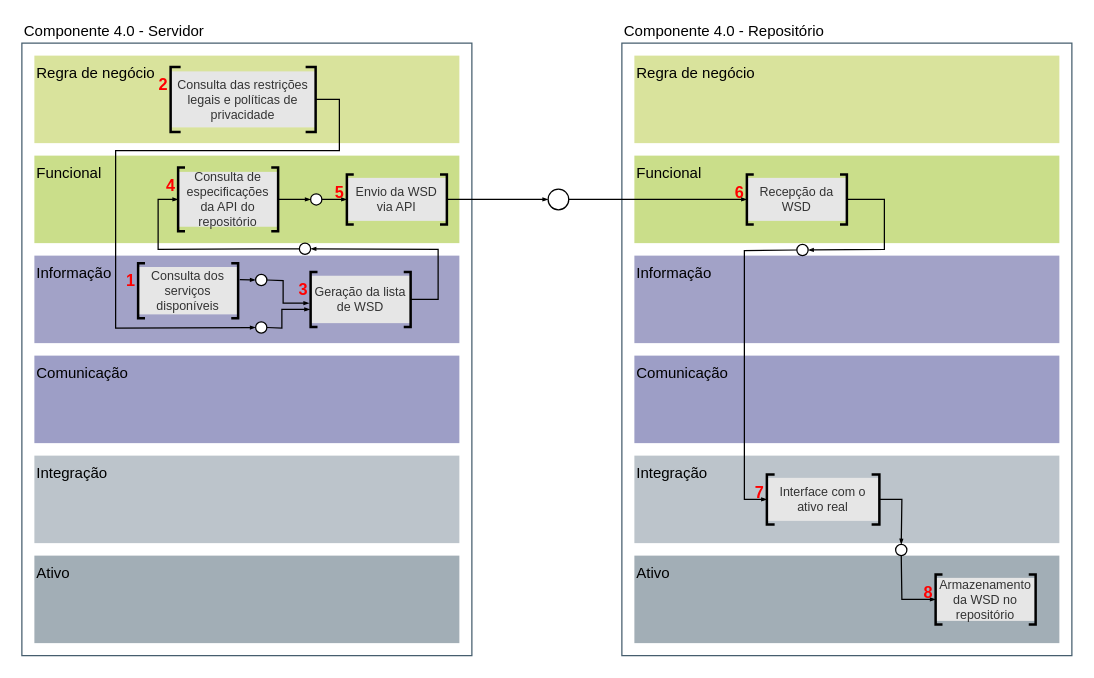
Earlier version of the draw.io diagram page "rami-publicacao" (10 of 16) of imagens/diagramas/diagramas.drawio (hvitoi/i4.0-PLM). Source tidied: cells renumbered, new cells numbered last; positions are measured from the earlier drawing's top-left corner, leaving out a move shared by most shapes. Both pictures are drawn from the tidied source at 125%, with x=0, y=0 at pixel (21, 42).
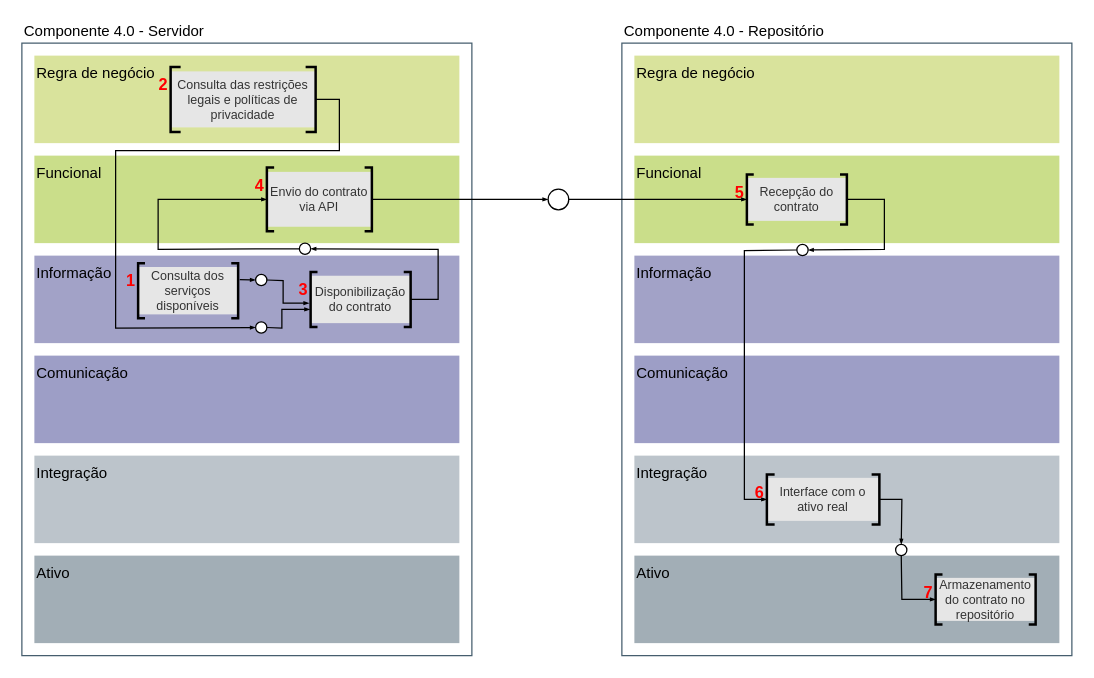
After the change.

The change refers to these unchanged cells:
```xml
<mxCell id="2" style="group;" parent="1" vertex="1">
  <mxGeometry width="360" height="490" as="geometry" />
</mxCell>
<mxCell id="38" value="3" style="group;fontColor=#FF0000;fontStyle=1;labelPosition=left;verticalLabelPosition=middle;align=right;verticalAlign=top;fontSize=13;" parent="2" vertex="1">
  <mxGeometry x="231" y="183" width="80" height="44" as="geometry" />
</mxCell>
<mxCell id="42" style="group;" parent="1" vertex="1">
  <mxGeometry x="480" width="360" height="490" as="geometry" />
</mxCell>
<mxCell id="69" style="ellipse;whiteSpace=wrap;html=1;labelBackgroundColor=none;strokeColor=#000000;strokeWidth=1;fillColor=#ffffff;fontSize=10;fontColor=#000000;" parent="1" vertex="1">
  <mxGeometry x="421" y="116.8" width="16.5" height="16.5" as="geometry" />
</mxCell>
```

Diff of the diagram source:
```diff
@@
-    <mxCell id="15" style="ellipse;whiteSpace=wrap;html=1;labelBackgroundColor=none;strokeColor=#000000;strokeWidth=1;fillColor=#ffffff;fontSize=10;fontColor=#000000;" parent="2" vertex="1">
-      <mxGeometry x="231" y="120.5" width="9" height="9" as="geometry" />
-    </mxCell>
-    <mxCell id="16" style="endArrow=blockThin;html=1;fontSize=10;fontColor=#000000;strokeWidth=1;endFill=1;endSize=2;startSize=5;jumpSize=6;exitX=1;exitY=0.5;exitDx=0;exitDy=0;entryX=0;entryY=0.5;entryDx=0;entryDy=0;entryPerimeter=0;" parent="2" edge="1" source="15" target="19">
-      <mxGeometry relative="1" as="geometry" />
-    </mxCell>
-    <mxCell id="17" value="5" style="group;fontStyle=1;labelPosition=left;verticalLabelPosition=middle;align=right;verticalAlign=top;fontSize=13;fontColor=#FF0000;" parent="2" vertex="1">
-      <mxGeometry x="260" y="105" width="80" height="40" as="geometry" />
-    </mxCell>
-    <mxCell id="18" value="Envio da WSD via API" style="rounded=0;whiteSpace=wrap;labelBackgroundColor=none;fontSize=10;fontColor=#333333;strokeColor=none;fontStyle=0;fillColor=#E6E6E6;" parent="17" vertex="1">
-      <mxGeometry y="2.8" width="80" height="34.4" as="geometry" />
-    </mxCell>
-    <mxCell id="19" style="strokeWidth=2;html=1;shape=mxgraph.flowchart.annotation_1;align=left;" parent="17" vertex="1">
-      <mxGeometry width="5.5" height="40" as="geometry" />
-    </mxCell>
-    <mxCell id="20" style="strokeWidth=2;html=1;shape=mxgraph.flowchart.annotation_1;align=left;rotation=-180;" parent="17" vertex="1">
-      <mxGeometry x="74.5" width="5.5" height="40" as="geometry" />
-    </mxCell>
@@
-    <mxCell id="25" style="endArrow=blockThin;html=1;fontSize=10;fontColor=#000000;strokeWidth=1;endFill=1;endSize=2;startSize=5;jumpSize=6;exitX=0;exitY=0.5;exitDx=0;exitDy=0;entryX=0;entryY=0.5;entryDx=0;entryDy=0;exitPerimeter=0;" parent="2" edge="1" source="29" target="15">
-      <mxGeometry relative="1" as="geometry" />
-    </mxCell>
-    <mxCell id="26" value="4" style="group;fontStyle=1;labelPosition=left;verticalLabelPosition=middle;align=right;verticalAlign=top;fontSize=13;fontColor=#FF0000;" parent="2" vertex="1">
-      <mxGeometry x="125" y="99.5" width="80" height="51" as="geometry" />
-    </mxCell>
-    <mxCell id="27" value="Consulta de especificações da API do repositório" style="rounded=0;whiteSpace=wrap;labelBackgroundColor=none;fontSize=10;fontColor=#333333;strokeColor=none;fontStyle=0;fillColor=#E6E6E6;" parent="26" vertex="1">
-      <mxGeometry y="3.5" width="80" height="43.9" as="geometry" />
-    </mxCell>
-    <mxCell id="28" style="strokeWidth=2;html=1;shape=mxgraph.flowchart.annotation_1;align=left;" parent="26" vertex="1">
-      <mxGeometry width="5.5" height="51" as="geometry" />
-    </mxCell>
-    <mxCell id="29" style="strokeWidth=2;html=1;shape=mxgraph.flowchart.annotation_1;align=left;rotation=-180;" parent="26" vertex="1">
-      <mxGeometry x="74.5" width="5.5" height="51" as="geometry" />
-    </mxCell>
@@
-    <mxCell id="39" value="Geração da lista de WSD" style="rounded=0;whiteSpace=wrap;labelBackgroundColor=none;fontSize=10;fontColor=#333333;strokeColor=none;fontStyle=0;fillColor=#E6E6E6;" parent="38" vertex="1">
+    <mxCell id="39" value="Disponibilização do contrato" style="rounded=0;whiteSpace=wrap;labelBackgroundColor=none;fontSize=10;fontColor=#333333;strokeColor=none;fontStyle=0;fillColor=#E6E6E6;" parent="38" vertex="1">
       <mxGeometry y="3.1" width="80" height="37.9" as="geometry" />
     </mxCell>
@@
+    <mxCell id="26" value="4" style="group;fontStyle=1;labelPosition=left;verticalLabelPosition=middle;align=right;verticalAlign=top;fontSize=13;fontColor=#FF0000;" parent="2" vertex="1">
+      <mxGeometry x="196" y="99.5" width="84" height="51" as="geometry" />
+    </mxCell>
+    <mxCell id="27" value="Envio do contrato via API" style="rounded=0;whiteSpace=wrap;labelBackgroundColor=none;fontSize=10;fontColor=#333333;strokeColor=none;fontStyle=0;fillColor=#E6E6E6;" parent="26" vertex="1">
+      <mxGeometry y="3.5" width="84" height="43.9" as="geometry" />
+    </mxCell>
+    <mxCell id="28" style="strokeWidth=2;html=1;shape=mxgraph.flowchart.annotation_1;align=left;" parent="26" vertex="1">
+      <mxGeometry width="5.8" height="51" as="geometry" />
+    </mxCell>
+    <mxCell id="29" style="strokeWidth=2;html=1;shape=mxgraph.flowchart.annotation_1;align=left;rotation=-180;" parent="26" vertex="1">
+      <mxGeometry x="78.2" width="5.8" height="51" as="geometry" />
+    </mxCell>
@@
-    <mxCell id="53" value="6" style="group;fontColor=#FF0000;fontStyle=1;labelPosition=left;verticalLabelPosition=middle;align=right;verticalAlign=top;fontSize=13;" parent="42" vertex="1">
+    <mxCell id="53" value="5" style="group;fontColor=#FF0000;fontStyle=1;labelPosition=left;verticalLabelPosition=middle;align=right;verticalAlign=top;fontSize=13;" parent="42" vertex="1">
       <mxGeometry x="100" y="105" width="80" height="40" as="geometry" />
     </mxCell>
-    <mxCell id="54" value="Recepção da WSD" style="rounded=0;whiteSpace=wrap;labelBackgroundColor=none;fontSize=10;fontColor=#333333;strokeColor=none;fontStyle=0;fillColor=#E6E6E6;" parent="53" vertex="1">
+    <mxCell id="54" value="Recepção do contrato" style="rounded=0;whiteSpace=wrap;labelBackgroundColor=none;fontSize=10;fontColor=#333333;strokeColor=none;fontStyle=0;fillColor=#E6E6E6;" parent="53" vertex="1">
       <mxGeometry y="2.8" width="80" height="34.4" as="geometry" />
     </mxCell>
@@
-    <mxCell id="60" value="8" style="group;fontColor=#FF0000;fontStyle=1;labelPosition=left;verticalLabelPosition=middle;align=right;verticalAlign=top;fontSize=13;" parent="42" vertex="1">
+    <mxCell id="60" value="7" style="group;fontColor=#FF0000;fontStyle=1;labelPosition=left;verticalLabelPosition=middle;align=right;verticalAlign=top;fontSize=13;" parent="42" vertex="1">
       <mxGeometry x="251" y="425" width="80" height="40" as="geometry" />
     </mxCell>
-    <mxCell id="61" value="Armazenamento da WSD no repositório" style="rounded=0;whiteSpace=wrap;labelBackgroundColor=none;fontSize=10;fontColor=#333333;strokeColor=none;fontStyle=0;fillColor=#E6E6E6;" parent="60" vertex="1">
+    <mxCell id="61" value="Armazenamento do contrato no repositório" style="rounded=0;whiteSpace=wrap;labelBackgroundColor=none;fontSize=10;fontColor=#333333;strokeColor=none;fontStyle=0;fillColor=#E6E6E6;" parent="60" vertex="1">
       <mxGeometry y="2.8" width="80" height="34.4" as="geometry" />
     </mxCell>
@@
-    <mxCell id="64" value="7" style="group;labelPosition=left;verticalLabelPosition=middle;align=right;verticalAlign=top;fontSize=13;fontStyle=1;fontColor=#FF0000;" parent="42" vertex="1">
+    <mxCell id="64" value="6" style="group;labelPosition=left;verticalLabelPosition=middle;align=right;verticalAlign=top;fontSize=13;fontStyle=1;fontColor=#FF0000;" parent="42" vertex="1">
       <mxGeometry x="116" y="345" width="90" height="40" as="geometry" />
     </mxCell>
@@
-    <mxCell id="68" style="endArrow=blockThin;html=1;fontSize=10;fontColor=#000000;strokeWidth=1;endFill=1;endSize=2;startSize=5;jumpSize=6;exitX=0;exitY=0.5;exitDx=0;exitDy=0;exitPerimeter=0;entryX=0;entryY=0.5;entryDx=0;entryDy=0;" parent="1" edge="1" source="20" target="69">
+    <mxCell id="68" style="endArrow=blockThin;html=1;fontSize=10;fontColor=#000000;strokeWidth=1;endFill=1;endSize=2;startSize=5;jumpSize=6;exitX=0;exitY=0.5;exitDx=0;exitDy=0;exitPerimeter=0;entryX=0;entryY=0.5;entryDx=0;entryDy=0;" parent="1" edge="1" source="29" target="69">
       <mxGeometry relative="1" as="geometry" />
     </mxCell>
```
